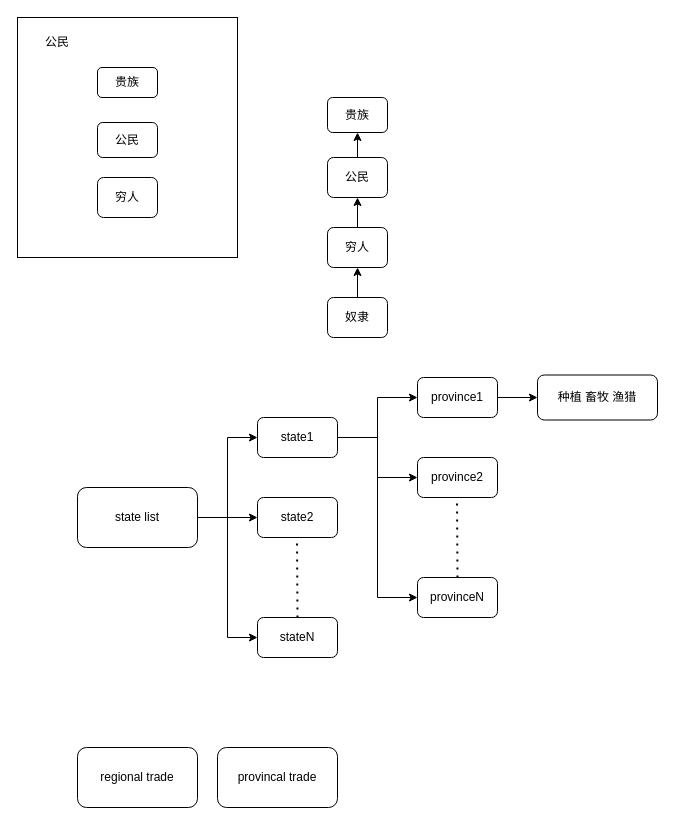
Calardaras/Pop-and-Food-Overhaul keeps this draw.io diagram as pafo.drawio. Above is the earlier version. Source tidied: cells renumbered, new cells numbered last; positions are measured from the earlier drawing's top-left corner, leaving out a move shared by most shapes. Both pictures are drawn from the tidied source at 100%, with x=0, y=0 at pixel (17, 17).
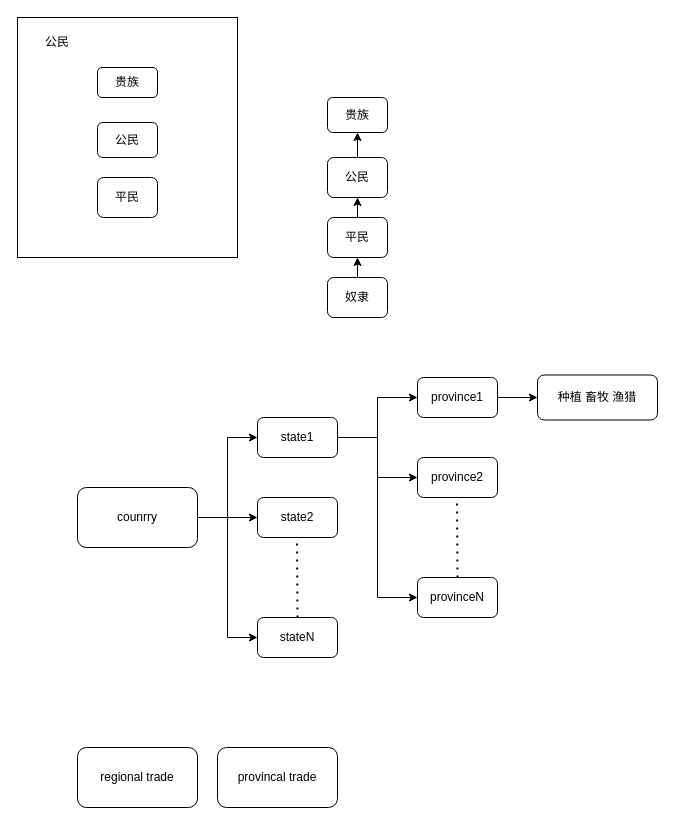
The same diagram, later.

The edit, as a diff of the source:
```diff
@@
-    <mxCell id="5" value="穷人" style="rounded=1;whiteSpace=wrap;html=1;" parent="1" vertex="1">
+    <mxCell id="5" value="平民" style="rounded=1;whiteSpace=wrap;html=1;" parent="1" vertex="1">
       <mxGeometry x="80" y="160" width="60" height="40" as="geometry" />
     </mxCell>
@@
     <mxCell id="7" value="奴隶" style="rounded=1;whiteSpace=wrap;html=1;" parent="1" vertex="1">
-      <mxGeometry x="310" y="280" width="60" height="40" as="geometry" />
+      <mxGeometry x="310" y="260" width="60" height="40" as="geometry" />
     </mxCell>
@@
-    <mxCell id="10" value="穷人" style="rounded=1;whiteSpace=wrap;html=1;" parent="1" vertex="1">
-      <mxGeometry x="310" y="210" width="60" height="40" as="geometry" />
+    <mxCell id="10" value="平民" style="rounded=1;whiteSpace=wrap;html=1;" parent="1" vertex="1">
+      <mxGeometry x="310" y="200" width="60" height="40" as="geometry" />
     </mxCell>
@@
-    <mxCell id="14" value="state list" style="rounded=1;whiteSpace=wrap;html=1;" parent="1" vertex="1">
+    <mxCell id="14" value="counrry" style="rounded=1;whiteSpace=wrap;html=1;" parent="1" vertex="1">
       <mxGeometry x="60" y="470" width="120" height="60" as="geometry" />
     </mxCell>
```
